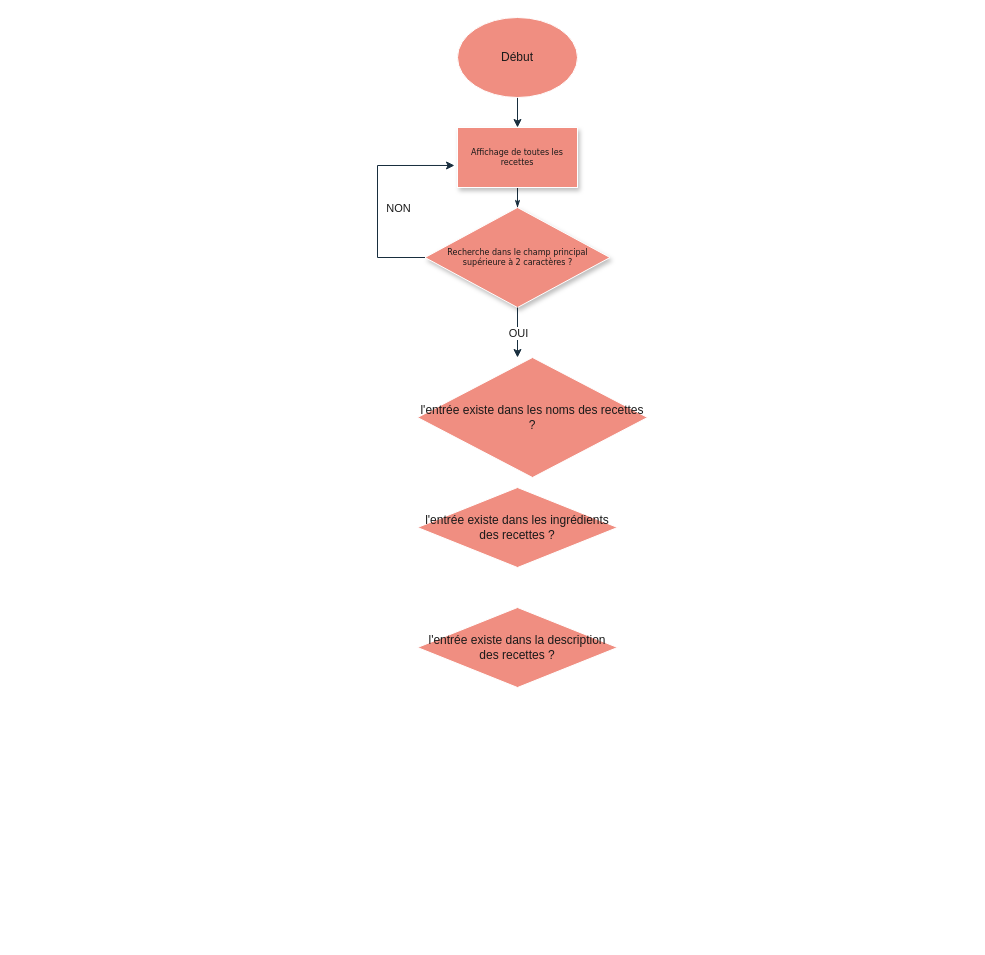
Before: scripts/Diagramme sans nom.drawio in JaRoD41/Les_Petits_Plats, a draw.io diagram. Source tidied: cells renumbered, new cells numbered last; positions are measured from the earlier drawing's top-left corner, leaving out a move shared by most shapes. Both pictures are drawn from the tidied source at 100%, with x=0, y=0 at pixel (377, 17).
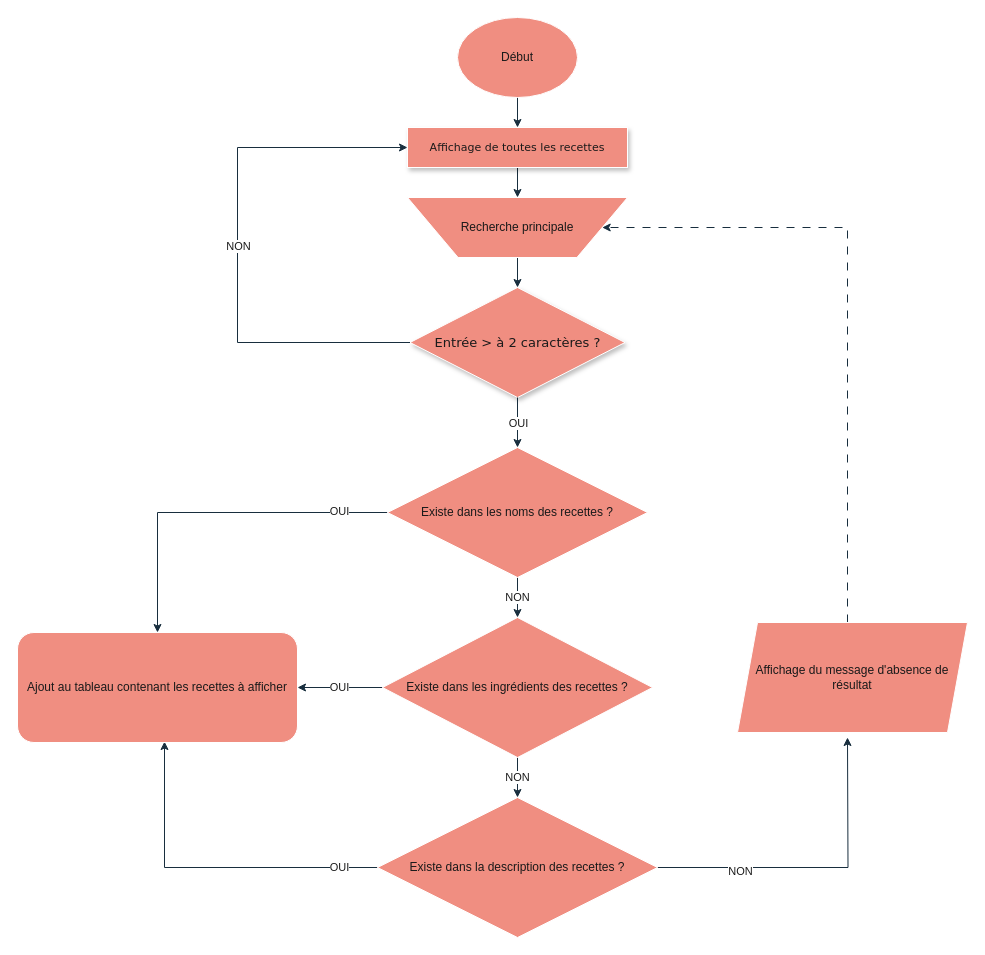
Above is the later version.

Commit message:
Mettre à jour Diagramme sans nom.drawio

The edit, as a diff of the source:
```diff
@@
-    <mxCell id="2" style="edgeStyle=orthogonalEdgeStyle;rounded=0;html=1;labelBackgroundColor=none;startSize=5;endArrow=classicThin;endFill=1;endSize=5;jettySize=auto;strokeWidth=1;fontFamily=Verdana;fontSize=8;strokeColor=#182E3E;fontColor=default;" parent="1" edge="1" source="3" target="4">
-      <mxGeometry relative="1" as="geometry" />
-    </mxCell>
+    <mxCell id="14" style="edgeStyle=orthogonalEdgeStyle;rounded=0;jettySize=auto;html=1;strokeColor=#182E3E;fontColor=#1A1A1A;" parent="1" edge="1" source="3" target="28">
+      <mxGeometry relative="1" as="geometry" />
+    </mxCell>
-    <mxCell id="3" value="Affichage de toutes les recettes" style="rounded=0;whiteSpace=wrap;html=1;shadow=1;labelBackgroundColor=none;strokeWidth=1;fontFamily=Verdana;fontSize=8;align=center;fillColor=#F08E81;strokeColor=#FFFFFF;fontColor=#1A1A1A;" parent="1" vertex="1">
-      <mxGeometry x="80" y="110" width="120" height="60" as="geometry" />
+    <mxCell id="3" value="&lt;font style=&quot;font-size: 11px;&quot;&gt;Affichage de toutes les recettes&lt;/font&gt;" style="rounded=0;whiteSpace=wrap;html=1;shadow=1;labelBackgroundColor=none;strokeWidth=1;fontFamily=Verdana;fontSize=8;align=center;fillColor=#F08E81;strokeColor=#FFFFFF;fontColor=#1A1A1A;" parent="1" vertex="1">
+      <mxGeometry x="30" y="110" width="220" height="40" as="geometry" />
     </mxCell>
-    <mxCell id="4" value="Recherche dans le champ principal supérieure à 2 caractères ?" style="rhombus;whiteSpace=wrap;html=1;rounded=0;shadow=1;labelBackgroundColor=none;strokeWidth=1;fontFamily=Verdana;fontSize=8;align=center;fillColor=#F08E81;strokeColor=#FFFFFF;fontColor=#1A1A1A;" parent="1" vertex="1">
-      <mxGeometry x="47.5" y="190" width="185" height="100" as="geometry" />
+    <mxCell id="4" value="&lt;font style=&quot;font-size: 13px;&quot;&gt;Entrée &amp;gt; à 2 caractères ?&lt;/font&gt;" style="rhombus;whiteSpace=wrap;html=1;rounded=0;shadow=1;labelBackgroundColor=none;strokeWidth=1;fontFamily=Verdana;fontSize=8;align=center;fillColor=#F08E81;strokeColor=#FFFFFF;fontColor=#1A1A1A;" parent="1" vertex="1">
+      <mxGeometry x="32.5" y="270" width="215" height="110" as="geometry" />
     </mxCell>
@@
-    <mxCell id="7" style="endArrow=classic;html=1;rounded=0;strokeColor=#182E3E;fontColor=#1A1A1A;exitX=0.5;exitY=1;exitDx=0;exitDy=0;" parent="1" edge="1" source="4">
-      <mxGeometry relative="1" as="geometry">
-        <mxPoint x="140" y="340" as="targetPoint" />
-      </mxGeometry>
-    </mxCell>
+    <mxCell id="15" style="edgeStyle=orthogonalEdgeStyle;rounded=0;jettySize=auto;html=1;entryX=0.5;entryY=0;entryDx=0;entryDy=0;strokeColor=#182E3E;fontColor=#1A1A1A;" parent="1" edge="1" source="11" target="24">
+      <mxGeometry relative="1" as="geometry" />
+    </mxCell>
+    <mxCell id="16" value="OUI" style="edgeLabel;html=1;align=center;verticalAlign=middle;fontColor=#1A1A1A;" parent="15" vertex="1">
+      <mxGeometry x="-0.72" y="-2" relative="1" as="geometry" />
+    </mxCell>
+    <mxCell id="17" value="NON" style="edgeStyle=orthogonalEdgeStyle;rounded=0;jettySize=auto;html=1;entryX=0.5;entryY=0;entryDx=0;entryDy=0;strokeColor=#182E3E;fontColor=#1A1A1A;" parent="1" edge="1" source="11" target="12">
+      <mxGeometry relative="1" as="geometry" />
+    </mxCell>
+    <mxCell id="11" value="Existe dans les noms des recettes ?" style="rhombus;whiteSpace=wrap;html=1;strokeColor=#FFFFFF;fontColor=#1A1A1A;fillColor=#F08E81;" parent="1" vertex="1">
+      <mxGeometry x="10" y="430" width="260" height="130" as="geometry" />
+    </mxCell>
+    <mxCell id="18" value="OUI" style="edgeStyle=orthogonalEdgeStyle;rounded=0;jettySize=auto;html=1;entryX=1;entryY=0.5;entryDx=0;entryDy=0;strokeColor=#182E3E;fontColor=#1A1A1A;" parent="1" edge="1" source="12" target="24">
+      <mxGeometry relative="1" as="geometry" />
+    </mxCell>
+    <mxCell id="19" value="NON" style="edgeStyle=orthogonalEdgeStyle;rounded=0;jettySize=auto;html=1;strokeColor=#182E3E;fontColor=#1A1A1A;" parent="1" edge="1" source="12" target="13">
+      <mxGeometry relative="1" as="geometry" />
+    </mxCell>
+    <mxCell id="12" value="Existe dans les ingrédients des recettes ?" style="rhombus;whiteSpace=wrap;html=1;strokeColor=#FFFFFF;fontColor=#1A1A1A;fillColor=#F08E81;" parent="1" vertex="1">
+      <mxGeometry x="5" y="600" width="270" height="140" as="geometry" />
+    </mxCell>
+    <mxCell id="20" style="edgeStyle=orthogonalEdgeStyle;rounded=0;jettySize=auto;html=1;entryX=0.525;entryY=0.991;entryDx=0;entryDy=0;entryPerimeter=0;strokeColor=#182E3E;fontColor=#1A1A1A;" parent="1" edge="1" source="13" target="24">
+      <mxGeometry relative="1" as="geometry" />
+    </mxCell>
+    <mxCell id="21" value="OUI" style="edgeLabel;html=1;align=center;verticalAlign=middle;fontColor=#1A1A1A;" parent="20" vertex="1">
+      <mxGeometry x="-0.77" y="-1" relative="1" as="geometry" />
+    </mxCell>
+    <mxCell id="22" style="edgeStyle=orthogonalEdgeStyle;rounded=0;jettySize=auto;html=1;exitX=1;exitY=0.5;exitDx=0;exitDy=0;strokeColor=#182E3E;fontColor=#1A1A1A;" parent="1" edge="1" source="13">
+      <mxGeometry relative="1" as="geometry">
+        <mxPoint x="470" y="720" as="targetPoint" />
+      </mxGeometry>
+    </mxCell>
+    <mxCell id="23" value="NON" style="edgeLabel;html=1;align=center;verticalAlign=middle;fontColor=#1A1A1A;" parent="22" vertex="1">
+      <mxGeometry x="-0.49" y="-3" relative="1" as="geometry" />
+    </mxCell>
+    <mxCell id="13" value="Existe dans la description des recettes ?" style="rhombus;whiteSpace=wrap;html=1;strokeColor=#FFFFFF;fontColor=#1A1A1A;fillColor=#F08E81;" parent="1" vertex="1">
+      <mxGeometry y="780" width="280" height="140" as="geometry" />
+    </mxCell>
+    <mxCell id="24" value="Ajout au tableau contenant les recettes à afficher" style="rounded=1;whiteSpace=wrap;html=1;strokeColor=#FFFFFF;fontColor=#1A1A1A;fillColor=#F08E81;" parent="1" vertex="1">
+      <mxGeometry x="-360" y="615" width="280" height="110" as="geometry" />
+    </mxCell>
+    <mxCell id="25" style="edgeStyle=orthogonalEdgeStyle;rounded=0;jettySize=auto;html=1;strokeColor=#182E3E;fontColor=#1A1A1A;entryX=1;entryY=0.5;entryDx=0;entryDy=0;dashed=1;dashPattern=8 8;" parent="1" edge="1" source="26" target="28">
+      <mxGeometry relative="1" as="geometry">
+        <Array as="points">
+          <mxPoint x="470" y="210" />
+        </Array>
+      </mxGeometry>
+    </mxCell>
+    <mxCell id="26" value="Affichage du message d'absence de résultat" style="shape=parallelogram;perimeter=parallelogramPerimeter;whiteSpace=wrap;html=1;fixedSize=1;strokeColor=#FFFFFF;fontColor=#1A1A1A;fillColor=#F08E81;" parent="1" vertex="1">
+      <mxGeometry x="360" y="605" width="230" height="110" as="geometry" />
+    </mxCell>
+    <mxCell id="27" style="edgeStyle=orthogonalEdgeStyle;rounded=0;jettySize=auto;html=1;strokeColor=#182E3E;fontColor=#1A1A1A;" parent="1" edge="1" source="28" target="4">
+      <mxGeometry relative="1" as="geometry" />
+    </mxCell>
+    <mxCell id="28" value="Recherche principale" style="verticalLabelPosition=middle;verticalAlign=middle;html=1;shape=trapezoid;perimeter=trapezoidPerimeter;whiteSpace=wrap;size=0.23;arcSize=10;flipV=1;labelPosition=center;align=center;strokeColor=#FFFFFF;fontColor=#1A1A1A;fillColor=#F08E81;" parent="1" vertex="1">
+      <mxGeometry x="30" y="180" width="220" height="60" as="geometry" />
+    </mxCell>
+    <mxCell id="29" style="endArrow=classic;html=1;rounded=0;strokeColor=#182E3E;fontColor=#1A1A1A;entryX=0.5;entryY=0;entryDx=0;entryDy=0;" parent="1" edge="1" target="11">
+      <mxGeometry relative="1" as="geometry">
+        <mxPoint x="140" y="380" as="sourcePoint" />
+      </mxGeometry>
+    </mxCell>
-    <mxCell id="8" value="OUI" style="edgeLabel;html=1;align=center;verticalAlign=middle;strokeColor=#FFFFFF;fontColor=#1A1A1A;fillColor=#F08E81;" parent="7" vertex="1">
+    <mxCell id="8" value="OUI" style="edgeLabel;html=1;align=center;verticalAlign=middle;strokeColor=#FFFFFF;fontColor=#1A1A1A;fillColor=#F08E81;" parent="29" vertex="1">
       <mxGeometry relative="1" as="geometry" />
     </mxCell>
-    <mxCell id="9" style="endArrow=classic;html=1;rounded=0;strokeColor=#182E3E;fontColor=#1A1A1A;exitX=0;exitY=0.5;exitDx=0;exitDy=0;entryX=-0.025;entryY=0.633;entryDx=0;entryDy=0;entryPerimeter=0;" parent="1" edge="1" source="4" target="3">
+    <mxCell id="9" style="endArrow=classic;html=1;rounded=0;strokeColor=#182E3E;fontColor=#1A1A1A;exitX=0;exitY=0.5;exitDx=0;exitDy=0;entryX=0;entryY=0.5;entryDx=0;entryDy=0;" parent="1" edge="1" source="4" target="3">
       <mxGeometry relative="1" as="geometry">
         <Array as="points">
-          <mxPoint y="240" />
-          <mxPoint y="148" />
+          <mxPoint x="-140" y="325" />
+          <mxPoint x="-140" y="130" />
         </Array>
       </mxGeometry>
     </mxCell>
-    <mxCell id="10" value="NON" style="edgeLabel;html=1;align=center;verticalAlign=middle;strokeColor=#FFFFFF;fontColor=#1A1A1A;fillColor=#F08E81;direction=south;" parent="9" vertex="1">
-      <mxGeometry relative="1" as="geometry">
-        <mxPoint x="20" y="11" as="offset" />
-      </mxGeometry>
-    </mxCell>
-    <mxCell id="11" value="l'entrée existe dans les noms des recettes ?" style="rhombus;whiteSpace=wrap;html=1;strokeColor=#FFFFFF;fontColor=#1A1A1A;fillColor=#F08E81;" parent="1" vertex="1">
-      <mxGeometry x="40" y="340" width="230" height="120" as="geometry" />
-    </mxCell>
-    <mxCell id="12" value="l'entrée existe dans les ingrédients des recettes ?" style="rhombus;whiteSpace=wrap;html=1;strokeColor=#FFFFFF;fontColor=#1A1A1A;fillColor=#F08E81;" parent="1" vertex="1">
-      <mxGeometry x="40" y="470" width="200" height="80" as="geometry" />
-    </mxCell>
-    <mxCell id="13" value="l'entrée existe dans la description des recettes ?" style="rhombus;whiteSpace=wrap;html=1;strokeColor=#FFFFFF;fontColor=#1A1A1A;fillColor=#F08E81;" parent="1" vertex="1">
-      <mxGeometry x="40" y="590" width="200" height="80" as="geometry" />
-    </mxCell>
+    <mxCell id="30" value="NON" style="edgeLabel;html=1;align=center;verticalAlign=middle;strokeColor=#FFFFFF;fontColor=#1A1A1A;fillColor=#F08E81;" parent="9" vertex="1">
+      <mxGeometry relative="1" as="geometry" />
+    </mxCell>
```
